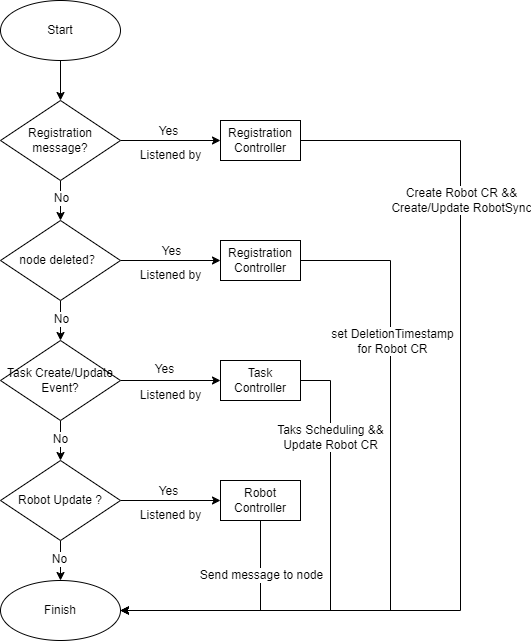
The draw.io diagram sig-robotics/proposal/Definition of cloud robot CRD and Operator/images/controllers.png in kubeedge/community, before a commit. Source tidied: cells renumbered, new cells last; positions are measured from the earlier drawing's top-left corner, leaving out a move shared by most shapes. Its diagram source:
```xml
<mxGraphModel>
  <root>
    <mxCell id="0" />
    <mxCell id="1" parent="0" />
    <mxCell id="2" style="edgeStyle=orthogonalEdgeStyle;rounded=0;jettySize=auto;html=1;exitX=1;exitY=0.5;exitDx=0;exitDy=0;entryX=0;entryY=0.5;entryDx=0;entryDy=0;" parent="1" edge="1" source="7" target="18">
      <mxGeometry relative="1" as="geometry" />
    </mxCell>
    <mxCell id="3" value="Yes" style="edgeLabel;html=1;align=center;verticalAlign=middle;" parent="2" vertex="1">
      <mxGeometry x="-0.12" relative="1" as="geometry">
        <mxPoint x="3" y="-10" as="offset" />
      </mxGeometry>
    </mxCell>
    <mxCell id="4" value="Finish" style="ellipse;whiteSpace=wrap;html=1;" parent="1" vertex="1">
      <mxGeometry y="580" width="120" height="60" as="geometry" />
    </mxCell>
    <mxCell id="5" style="edgeStyle=orthogonalEdgeStyle;rounded=0;jettySize=auto;html=1;exitX=0.5;exitY=1;exitDx=0;exitDy=0;entryX=0.5;entryY=0;entryDx=0;entryDy=0;" parent="1" edge="1" source="7" target="4">
      <mxGeometry relative="1" as="geometry" />
    </mxCell>
    <mxCell id="6" value="No" style="edgeLabel;html=1;align=center;verticalAlign=middle;" parent="5" vertex="1">
      <mxGeometry x="-0.08" y="-2" relative="1" as="geometry" />
    </mxCell>
    <mxCell id="7" value="Robot Update ?" style="rhombus;whiteSpace=wrap;html=1;" parent="1" vertex="1">
      <mxGeometry y="460" width="120" height="80" as="geometry" />
    </mxCell>
    <mxCell id="8" style="edgeStyle=orthogonalEdgeStyle;rounded=0;jettySize=auto;html=1;exitX=1;exitY=0.5;exitDx=0;exitDy=0;entryX=0;entryY=0.5;entryDx=0;entryDy=0;" parent="1" edge="1" source="12" target="15">
      <mxGeometry relative="1" as="geometry" />
    </mxCell>
    <mxCell id="9" value="Yes" style="edgeLabel;html=1;align=center;verticalAlign=middle;" parent="8" vertex="1">
      <mxGeometry x="-0.02" relative="1" as="geometry">
        <mxPoint x="-2" y="-10" as="offset" />
      </mxGeometry>
    </mxCell>
    <mxCell id="10" style="edgeStyle=orthogonalEdgeStyle;rounded=0;jettySize=auto;html=1;exitX=0.5;exitY=1;exitDx=0;exitDy=0;entryX=0.5;entryY=0;entryDx=0;entryDy=0;" parent="1" edge="1" source="12" target="36">
      <mxGeometry relative="1" as="geometry" />
    </mxCell>
    <mxCell id="11" value="No" style="edgeLabel;html=1;align=center;verticalAlign=middle;" parent="10" vertex="1">
      <mxGeometry x="-0.15" y="1" relative="1" as="geometry">
        <mxPoint x="-1" as="offset" />
      </mxGeometry>
    </mxCell>
    <mxCell id="12" value="Registration message?" style="rhombus;whiteSpace=wrap;html=1;" parent="1" vertex="1">
      <mxGeometry y="100" width="120" height="80" as="geometry" />
    </mxCell>
    <mxCell id="13" style="edgeStyle=orthogonalEdgeStyle;rounded=0;jettySize=auto;html=1;exitX=1;exitY=0.5;exitDx=0;exitDy=0;entryX=1;entryY=0.5;entryDx=0;entryDy=0;" parent="1" edge="1" source="15" target="4">
      <mxGeometry relative="1" as="geometry">
        <Array as="points">
          <mxPoint x="460" y="140" />
          <mxPoint x="460" y="610" />
        </Array>
      </mxGeometry>
    </mxCell>
    <mxCell id="14" value="Create Robot CR &amp;amp;&amp;amp;&lt;br&gt;Create/Update RobotSync" style="edgeLabel;html=1;align=center;verticalAlign=middle;" parent="13" vertex="1">
      <mxGeometry x="-0.55" relative="1" as="geometry" />
    </mxCell>
    <mxCell id="15" value="Registration Controller" style="rounded=0;whiteSpace=wrap;html=1;" parent="1" vertex="1">
      <mxGeometry x="220" y="120" width="80" height="40" as="geometry" />
    </mxCell>
    <mxCell id="16" style="edgeStyle=orthogonalEdgeStyle;rounded=0;jettySize=auto;html=1;exitX=0.5;exitY=1;exitDx=0;exitDy=0;entryX=1;entryY=0.5;entryDx=0;entryDy=0;" parent="1" edge="1" source="18" target="4">
      <mxGeometry relative="1" as="geometry" />
    </mxCell>
    <mxCell id="17" value="Send message to node" style="edgeLabel;html=1;align=center;verticalAlign=middle;" parent="16" vertex="1">
      <mxGeometry x="-0.53" relative="1" as="geometry" />
    </mxCell>
    <mxCell id="18" value="Robot Controller" style="rounded=0;whiteSpace=wrap;html=1;" parent="1" vertex="1">
      <mxGeometry x="220" y="480" width="80" height="40" as="geometry" />
    </mxCell>
    <mxCell id="19" value="Listened by" style="text;html=1;align=center;verticalAlign=middle;strokeColor=none;fillColor=none;" parent="1" vertex="1">
      <mxGeometry x="130" y="260" width="80" height="30" as="geometry" />
    </mxCell>
    <mxCell id="20" value="Listened by" style="text;html=1;align=center;verticalAlign=middle;strokeColor=none;fillColor=none;" parent="1" vertex="1">
      <mxGeometry x="130" y="500" width="80" height="30" as="geometry" />
    </mxCell>
    <mxCell id="21" style="edgeStyle=orthogonalEdgeStyle;rounded=0;jettySize=auto;html=1;exitX=0.5;exitY=1;exitDx=0;exitDy=0;entryX=0.5;entryY=0;entryDx=0;entryDy=0;" parent="1" edge="1" source="24" target="7">
      <mxGeometry relative="1" as="geometry" />
    </mxCell>
    <mxCell id="22" value="No" style="edgeLabel;html=1;align=center;verticalAlign=middle;" parent="21" vertex="1">
      <mxGeometry x="-0.1" y="-1" relative="1" as="geometry" />
    </mxCell>
    <mxCell id="23" style="edgeStyle=orthogonalEdgeStyle;rounded=0;jettySize=auto;html=1;exitX=1;exitY=0.5;exitDx=0;exitDy=0;entryX=0;entryY=0.5;entryDx=0;entryDy=0;" parent="1" edge="1" source="24" target="27">
      <mxGeometry relative="1" as="geometry" />
    </mxCell>
    <mxCell id="24" value="Task Create/Update Event?" style="rhombus;whiteSpace=wrap;html=1;" parent="1" vertex="1">
      <mxGeometry y="340" width="120" height="80" as="geometry" />
    </mxCell>
    <mxCell id="25" style="edgeStyle=orthogonalEdgeStyle;rounded=0;jettySize=auto;html=1;exitX=1;exitY=0.5;exitDx=0;exitDy=0;entryX=1;entryY=0.5;entryDx=0;entryDy=0;" parent="1" edge="1" source="27" target="4">
      <mxGeometry relative="1" as="geometry">
        <Array as="points">
          <mxPoint x="330" y="380" />
          <mxPoint x="330" y="610" />
        </Array>
      </mxGeometry>
    </mxCell>
    <mxCell id="26" value="Taks Scheduling &amp;amp;&amp;amp;&lt;br&gt;Update Robot CR" style="edgeLabel;html=1;align=center;verticalAlign=middle;" parent="25" vertex="1">
      <mxGeometry x="-0.67" y="-1" relative="1" as="geometry">
        <mxPoint y="10" as="offset" />
      </mxGeometry>
    </mxCell>
    <mxCell id="27" value="Task Controller" style="rounded=0;whiteSpace=wrap;html=1;" parent="1" vertex="1">
      <mxGeometry x="220" y="360" width="80" height="40" as="geometry" />
    </mxCell>
    <mxCell id="28" value="Yes" style="edgeLabel;html=1;align=center;verticalAlign=middle;" parent="1" vertex="1">
      <mxGeometry x="167" y="380" as="geometry">
        <mxPoint x="-4" y="-12" as="offset" />
      </mxGeometry>
    </mxCell>
    <mxCell id="29" value="Listened by" style="text;html=1;align=center;verticalAlign=middle;strokeColor=none;fillColor=none;" parent="1" vertex="1">
      <mxGeometry x="130" y="380" width="80" height="30" as="geometry" />
    </mxCell>
    <mxCell id="30" style="edgeStyle=orthogonalEdgeStyle;rounded=0;jettySize=auto;html=1;exitX=0.5;exitY=1;exitDx=0;exitDy=0;entryX=0.5;entryY=0;entryDx=0;entryDy=0;" parent="1" edge="1" source="31" target="12">
      <mxGeometry relative="1" as="geometry" />
    </mxCell>
    <mxCell id="31" value="Start" style="ellipse;whiteSpace=wrap;html=1;" parent="1" vertex="1">
      <mxGeometry width="120" height="60" as="geometry" />
    </mxCell>
    <mxCell id="32" style="edgeStyle=orthogonalEdgeStyle;rounded=0;jettySize=auto;html=1;exitX=1;exitY=0.5;exitDx=0;exitDy=0;entryX=0;entryY=0.5;entryDx=0;entryDy=0;" parent="1" edge="1" source="36" target="39">
      <mxGeometry relative="1" as="geometry" />
    </mxCell>
    <mxCell id="33" value="Yes" style="edgeLabel;html=1;align=center;verticalAlign=middle;" parent="32" vertex="1">
      <mxGeometry x="0.04" y="-1" relative="1" as="geometry">
        <mxPoint x="-2" y="-11" as="offset" />
      </mxGeometry>
    </mxCell>
    <mxCell id="34" style="edgeStyle=orthogonalEdgeStyle;rounded=0;jettySize=auto;html=1;exitX=0.5;exitY=1;exitDx=0;exitDy=0;" parent="1" edge="1" source="36" target="24">
      <mxGeometry relative="1" as="geometry" />
    </mxCell>
    <mxCell id="35" value="No" style="edgeLabel;html=1;align=center;verticalAlign=middle;" parent="34" vertex="1">
      <mxGeometry x="-0.1" y="-1" relative="1" as="geometry">
        <mxPoint x="1" as="offset" />
      </mxGeometry>
    </mxCell>
    <mxCell id="36" value="node deleted？" style="rhombus;whiteSpace=wrap;html=1;" parent="1" vertex="1">
      <mxGeometry y="220" width="120" height="80" as="geometry" />
    </mxCell>
    <mxCell id="37" style="edgeStyle=orthogonalEdgeStyle;rounded=0;jettySize=auto;html=1;exitX=1;exitY=0.5;exitDx=0;exitDy=0;entryX=1;entryY=0.5;entryDx=0;entryDy=0;" parent="1" edge="1" source="39" target="4">
      <mxGeometry relative="1" as="geometry">
        <Array as="points">
          <mxPoint x="390" y="260" />
          <mxPoint x="390" y="610" />
        </Array>
      </mxGeometry>
    </mxCell>
    <mxCell id="38" value="set DeletionTimestamp&lt;br&gt;for Robot CR" style="edgeLabel;html=1;align=center;verticalAlign=middle;" parent="37" vertex="1">
      <mxGeometry x="-0.58" y="1" relative="1" as="geometry">
        <mxPoint y="20" as="offset" />
      </mxGeometry>
    </mxCell>
    <mxCell id="39" value="Registration Controller" style="rounded=0;whiteSpace=wrap;html=1;" parent="1" vertex="1">
      <mxGeometry x="220" y="240" width="80" height="40" as="geometry" />
    </mxCell>
    <mxCell id="40" value="Listened by" style="text;html=1;align=center;verticalAlign=middle;strokeColor=none;fillColor=none;" parent="1" vertex="1">
      <mxGeometry x="130" y="140" width="80" height="30" as="geometry" />
    </mxCell>
  </root>
</mxGraphModel>
```
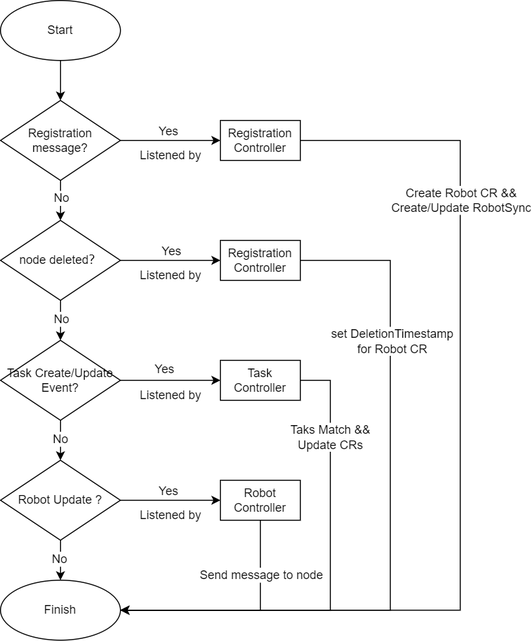
After the change.

Commit message:
update proposal for Definition of Cloud Robot CRD and Operator

Diff of the diagram source:
```diff
@@ -90,7 +90,7 @@
         </Array>
       </mxGeometry>
     </mxCell>
-    <mxCell id="26" value="Taks Scheduling &amp;amp;&amp;amp;&lt;br&gt;Update Robot CR" style="edgeLabel;html=1;align=center;verticalAlign=middle;" parent="25" vertex="1">
+    <mxCell id="26" value="Taks Match &amp;amp;&amp;amp;&lt;br&gt;Update CRs" style="edgeLabel;html=1;align=center;verticalAlign=middle;" parent="25" vertex="1">
       <mxGeometry x="-0.67" y="-1" relative="1" as="geometry">
         <mxPoint y="10" as="offset" />
       </mxGeometry>
```
